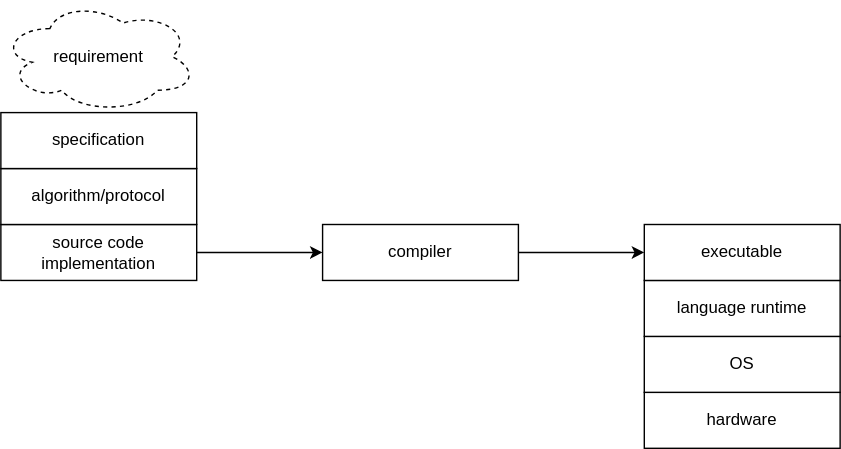
Above: static/image/system-proof/sys_stack.svg in Vincent-lau/pweb (draw.io), before the change. Source tidied: cells renumbered, new cells last; positions are measured from the earlier drawing's top-left corner, leaving out a move shared by most shapes.
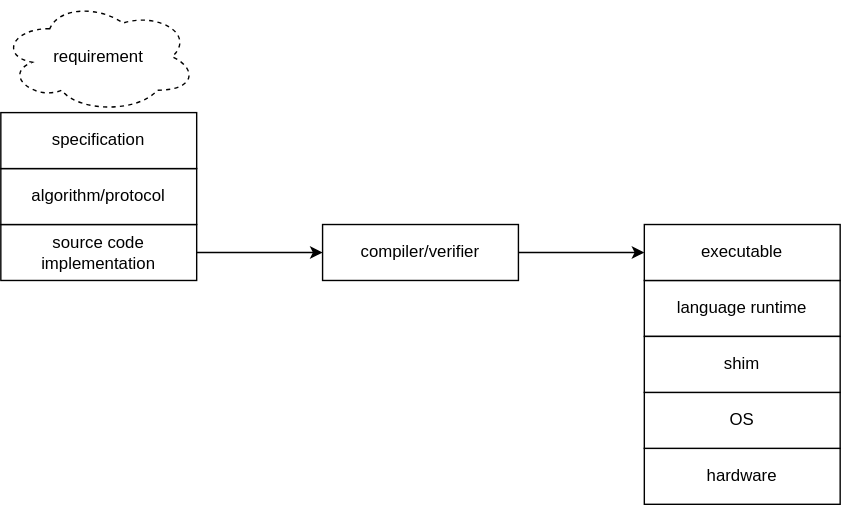
After the change.

Change to the diagram source:
```diff
@@ -3,10 +3,10 @@
     <mxCell id="0" />
     <mxCell id="1" parent="0" />
     <mxCell id="2" value="hardware" style="rounded=0;whiteSpace=wrap;html=1;" parent="1" vertex="1">
-      <mxGeometry x="460" y="280" width="140" height="40" as="geometry" />
+      <mxGeometry x="460" y="320" width="140" height="40" as="geometry" />
     </mxCell>
     <mxCell id="3" value="OS" style="rounded=0;whiteSpace=wrap;html=1;" parent="1" vertex="1">
-      <mxGeometry x="460" y="240" width="140" height="40" as="geometry" />
+      <mxGeometry x="460" y="280" width="140" height="40" as="geometry" />
     </mxCell>
     <mxCell id="4" value="language runtime" style="rounded=0;whiteSpace=wrap;html=1;" parent="1" vertex="1">
       <mxGeometry x="460" y="200" width="140" height="40" as="geometry" />
@@ -32,8 +32,11 @@
     <mxCell id="11" style="edgeStyle=orthogonalEdgeStyle;rounded=0;jettySize=auto;html=1;entryX=0;entryY=0.5;entryDx=0;entryDy=0;" parent="1" edge="1" source="12" target="5">
       <mxGeometry relative="1" as="geometry" />
     </mxCell>
-    <mxCell id="12" value="compiler" style="rounded=0;whiteSpace=wrap;html=1;" parent="1" vertex="1">
+    <mxCell id="12" value="compiler/verifier" style="rounded=0;whiteSpace=wrap;html=1;" parent="1" vertex="1">
       <mxGeometry x="230" y="160" width="140" height="40" as="geometry" />
     </mxCell>
+    <mxCell id="13" value="shim" style="rounded=0;whiteSpace=wrap;html=1;" parent="1" vertex="1">
+      <mxGeometry x="460" y="240" width="140" height="40" as="geometry" />
+    </mxCell>
   </root>
 </mxGraphModel>
```
